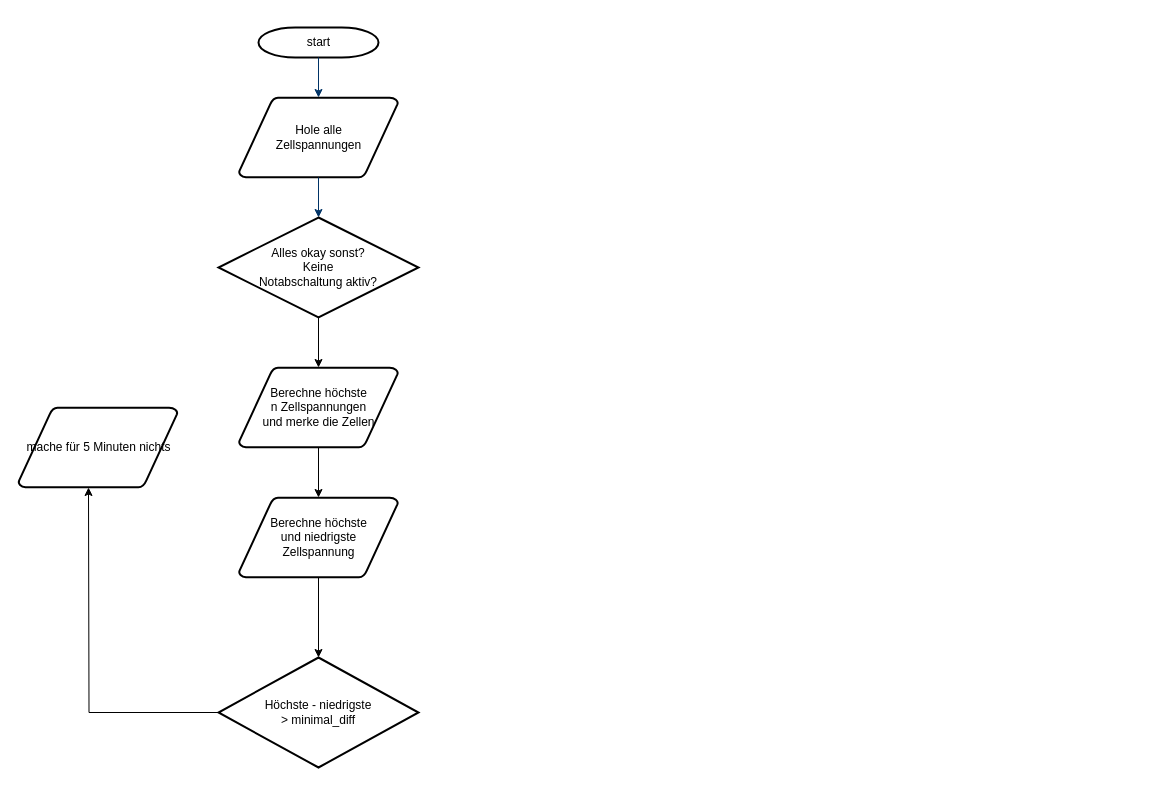
Earlier version of the draw.io diagram Balancer Flowchart.drawio (SunshadeCorp/EasyBMS-master). Source tidied: cells renumbered, new cells numbered last; positions are measured from the earlier drawing's top-left corner, leaving out a move shared by most shapes. Both pictures are drawn from the tidied source at 100%, with x=0, y=0 at pixel (18, 27).
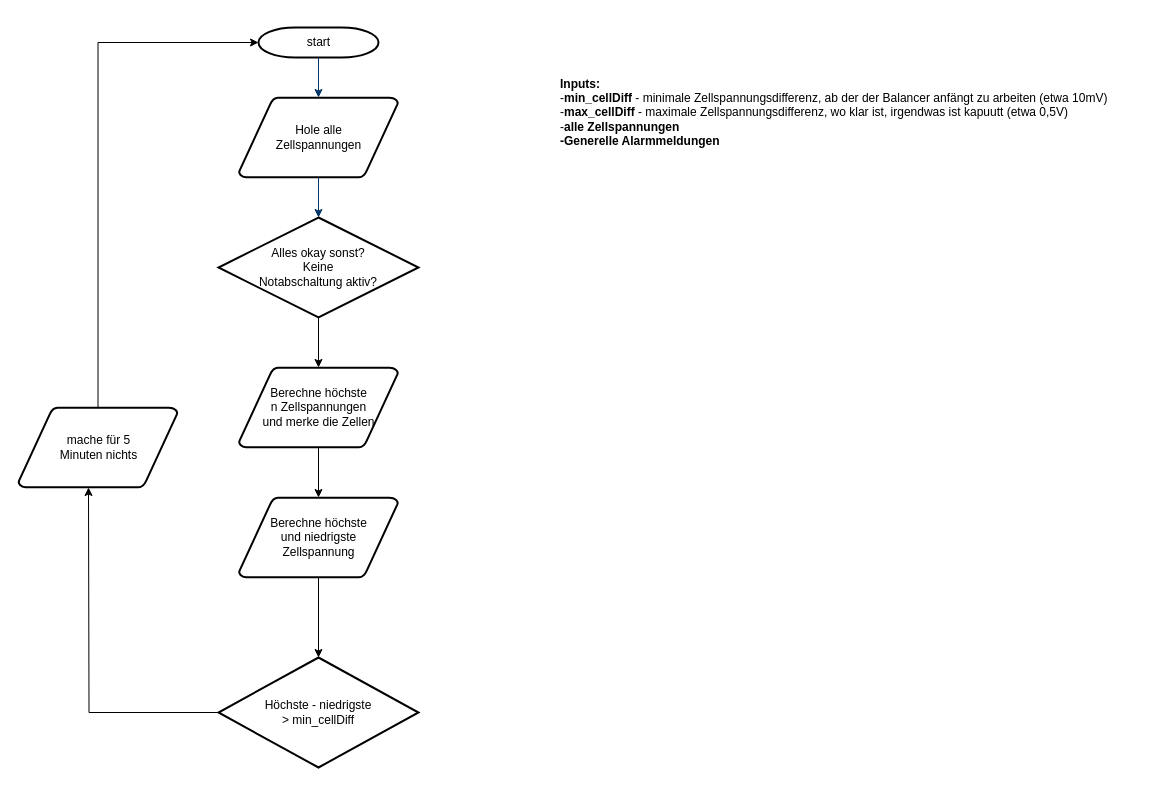
The same diagram, later.

Diff of the diagram source:
```diff
@@
 <mxGraphModel>
   <root>
     <mxCell id="0" />
     <mxCell id="1" parent="0" />
     <mxCell id="2" value="start" style="shape=mxgraph.flowchart.terminator;strokeWidth=2;gradientColor=none;gradientDirection=north;fontStyle=0;html=1;" parent="1" vertex="1">
       <mxGeometry x="240" width="120" height="30" as="geometry" />
     </mxCell>
     <mxCell id="3" value="&lt;div&gt;Hole alle &lt;br&gt;&lt;/div&gt;&lt;div&gt;Zellspannungen&lt;/div&gt;" style="shape=mxgraph.flowchart.data;strokeWidth=2;gradientColor=none;gradientDirection=north;fontStyle=0;html=1;" parent="1" vertex="1">
       <mxGeometry x="220.5" y="70" width="159" height="80" as="geometry" />
     </mxCell>
     <mxCell id="4" style="fontStyle=1;strokeColor=#003366;strokeWidth=1;html=1;" parent="1" edge="1" source="2" target="3">
       <mxGeometry relative="1" as="geometry" />
     </mxCell>
     <mxCell id="5" style="fontStyle=1;strokeColor=#003366;strokeWidth=1;html=1;" parent="1" edge="1" source="3">
       <mxGeometry relative="1" as="geometry">
         <mxPoint x="300" y="190" as="targetPoint" />
       </mxGeometry>
     </mxCell>
     <mxCell id="6" style="edgeStyle=orthogonalEdgeStyle;rounded=0;jettySize=auto;html=1;" parent="1" edge="1" source="7" target="9">
       <mxGeometry relative="1" as="geometry" />
     </mxCell>
     <mxCell id="7" value="Alles okay sonst?&lt;br&gt;&lt;div&gt;Keine &lt;br&gt;&lt;/div&gt;&lt;div&gt;Notabschaltung aktiv?&lt;/div&gt;" style="strokeWidth=2;html=1;shape=mxgraph.flowchart.decision;whiteSpace=wrap;" parent="1" vertex="1">
       <mxGeometry x="200" y="190" width="200" height="100" as="geometry" />
     </mxCell>
     <mxCell id="8" style="edgeStyle=orthogonalEdgeStyle;rounded=0;jettySize=auto;html=1;" parent="1" edge="1" source="9" target="11">
       <mxGeometry relative="1" as="geometry" />
     </mxCell>
     <mxCell id="9" value="&lt;div&gt;Berechne höchste&lt;/div&gt;&lt;div&gt; n Zellspannungen&lt;/div&gt;&lt;div&gt;und merke die Zellen&lt;br&gt;&lt;/div&gt;" style="shape=mxgraph.flowchart.data;strokeWidth=2;gradientColor=none;gradientDirection=north;fontStyle=0;html=1;" parent="1" vertex="1">
       <mxGeometry x="220.5" y="340" width="159" height="80" as="geometry" />
     </mxCell>
     <mxCell id="10" style="edgeStyle=orthogonalEdgeStyle;rounded=0;jettySize=auto;html=1;" parent="1" edge="1" source="11" target="13">
       <mxGeometry relative="1" as="geometry" />
     </mxCell>
     <mxCell id="11" value="&lt;div&gt;Berechne höchste &lt;br&gt;&lt;/div&gt;&lt;div&gt;und niedrigste&lt;/div&gt;&lt;div&gt; Zellspannung&lt;/div&gt;" style="shape=mxgraph.flowchart.data;strokeWidth=2;gradientColor=none;gradientDirection=north;fontStyle=0;html=1;" parent="1" vertex="1">
       <mxGeometry x="220.5" y="470" width="159" height="80" as="geometry" />
     </mxCell>
     <mxCell id="12" style="edgeStyle=orthogonalEdgeStyle;rounded=0;jettySize=auto;html=1;exitX=0;exitY=0.5;exitDx=0;exitDy=0;" parent="1" edge="1" source="13">
       <mxGeometry relative="1" as="geometry">
         <mxPoint x="70" y="460" as="targetPoint" />
       </mxGeometry>
     </mxCell>
-    <mxCell id="13" value="&lt;div&gt;Höchste - niedrigste&lt;/div&gt;&lt;div&gt; &amp;gt; minimal_diff&lt;/div&gt;" style="rhombus;whiteSpace=wrap;html=1;fontStyle=0;strokeWidth=2;gradientDirection=north;" parent="1" vertex="1">
+    <mxCell id="13" value="&lt;div&gt;Höchste - niedrigste&lt;/div&gt;&lt;div&gt; &amp;gt; min_cellDiff &lt;/div&gt;" style="rhombus;whiteSpace=wrap;html=1;fontStyle=0;strokeWidth=2;gradientDirection=north;" parent="1" vertex="1">
       <mxGeometry x="200" y="630" width="200" height="110" as="geometry" />
     </mxCell>
+    <mxCell id="15" style="edgeStyle=orthogonalEdgeStyle;rounded=0;jettySize=auto;html=1;exitX=0.5;exitY=0;exitDx=0;exitDy=0;exitPerimeter=0;entryX=0;entryY=0.5;entryDx=0;entryDy=0;entryPerimeter=0;" parent="1" edge="1" source="14" target="2">
+      <mxGeometry relative="1" as="geometry" />
+    </mxCell>
-    <mxCell id="14" value="mache für 5 Minuten nichts" style="shape=mxgraph.flowchart.data;strokeWidth=2;gradientColor=none;gradientDirection=north;fontStyle=0;html=1;" parent="1" vertex="1">
+    <mxCell id="14" value="&lt;div&gt;mache für 5 &lt;br&gt;&lt;/div&gt;&lt;div&gt;Minuten nichts&lt;/div&gt;" style="shape=mxgraph.flowchart.data;strokeWidth=2;gradientColor=none;gradientDirection=north;fontStyle=0;html=1;" parent="1" vertex="1">
       <mxGeometry y="380" width="159" height="80" as="geometry" />
     </mxCell>
+    <mxCell id="16" value="&lt;div&gt;&lt;b&gt;Inputs:&lt;/b&gt;&lt;/div&gt;&lt;div&gt;-&lt;b&gt;min_cellDiff&lt;/b&gt; - minimale Zellspannungsdifferenz, ab der der Balancer anfängt zu arbeiten (etwa 10mV)&lt;br&gt;&lt;/div&gt;&lt;div&gt;-&lt;b&gt;max_cellDiff&lt;/b&gt; - maximale Zellspannungsdifferenz, wo klar ist, irgendwas ist kapuutt (etwa 0,5V)&lt;/div&gt;&lt;div&gt;-&lt;b&gt;alle Zellspannungen&lt;/b&gt;&lt;/div&gt;&lt;div&gt;&lt;b&gt;-Generelle Alarmmeldungen&lt;br&gt;&lt;/b&gt;&lt;/div&gt;" style="text;html=1;strokeColor=none;fillColor=none;align=left;verticalAlign=middle;whiteSpace=wrap;rounded=0;" parent="1" vertex="1">
+      <mxGeometry x="540" y="-10" width="580" height="190" as="geometry" />
+    </mxCell>
   </root>
 </mxGraphModel>
```
